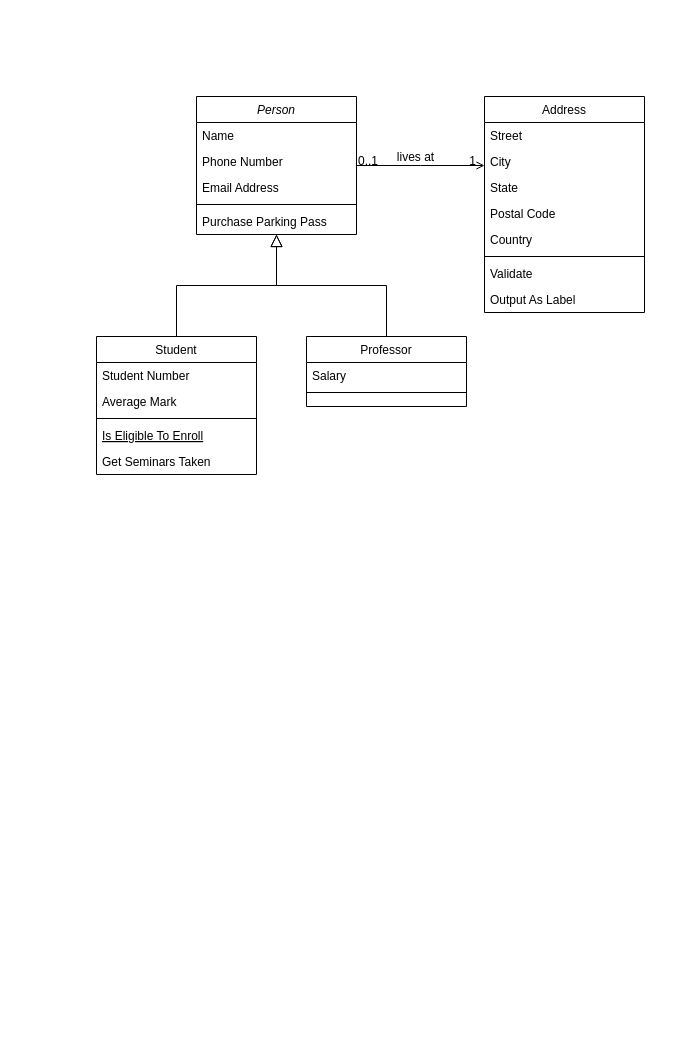
Before: diagram/e-commerce/Untitled Diagram.drawio in xianjun-li/resources, a draw.io diagram. Source tidied: cells renumbered, new cells numbered last; positions are measured from the earlier drawing's top-left corner, leaving out a move shared by most shapes. Both pictures are drawn from the tidied source at 100%, with x=0, y=0 at pixel (96, 96).
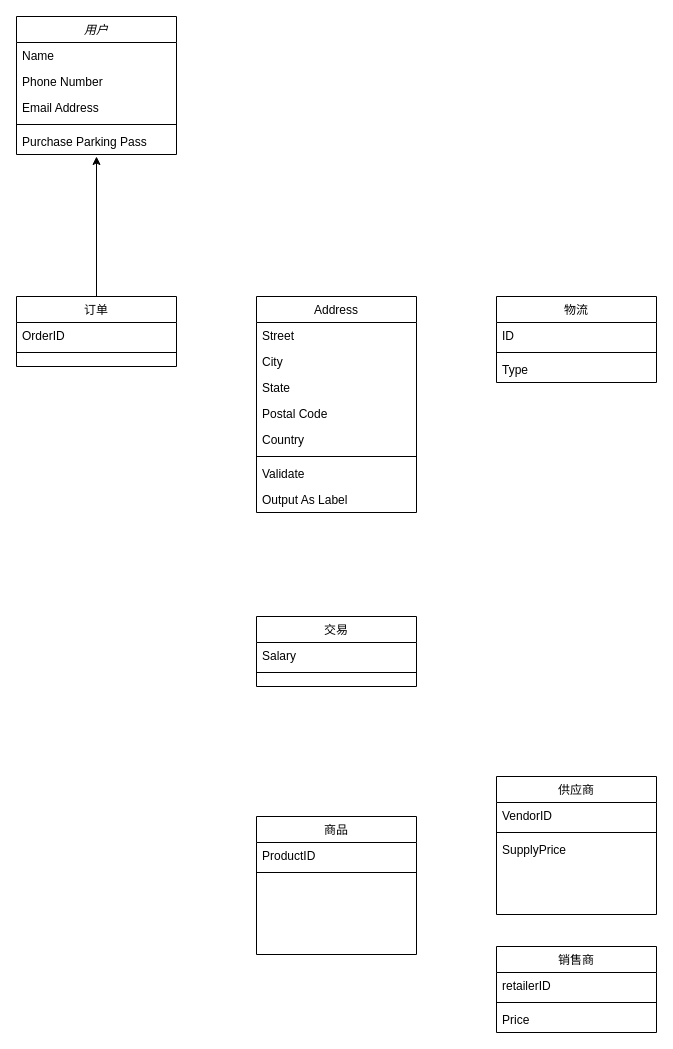
The same diagram, later.

Diff of the diagram source:
```diff
@@
-    <mxCell id="2" value="Person" style="swimlane;fontStyle=2;align=center;verticalAlign=top;horizontal=1;startSize=26;rounded=0;shadow=0;strokeWidth=1;" parent="1" vertex="1">
-      <mxGeometry x="100" width="160" height="138" as="geometry" />
+    <mxCell id="2" value="用户" style="swimlane;fontStyle=2;align=center;verticalAlign=top;horizontal=1;startSize=26;rounded=0;shadow=0;strokeWidth=1;" parent="1" vertex="1">
+      <mxGeometry x="-80" y="-80" width="160" height="138" as="geometry" />
     </mxCell>
@@
-    <mxCell id="8" value="Student" style="swimlane;fontStyle=0;align=center;verticalAlign=top;horizontal=1;startSize=26;rounded=0;shadow=0;strokeWidth=1;" parent="1" vertex="1">
-      <mxGeometry y="240" width="160" height="138" as="geometry" />
+    <mxCell id="8" value="商品" style="swimlane;fontStyle=0;align=center;verticalAlign=top;horizontal=1;startSize=26;rounded=0;shadow=0;strokeWidth=1;" parent="1" vertex="1">
+      <mxGeometry x="160" y="720" width="160" height="138" as="geometry" />
     </mxCell>
-    <mxCell id="9" value="Student Number" style="text;align=left;verticalAlign=top;spacingLeft=4;spacingRight=4;overflow=hidden;" parent="8" vertex="1">
+    <mxCell id="9" value="ProductID" style="text;align=left;verticalAlign=top;spacingLeft=4;spacingRight=4;overflow=hidden;" parent="8" vertex="1">
       <mxGeometry y="26" width="160" height="26" as="geometry" />
     </mxCell>
-    <mxCell id="10" value="Average Mark" style="text;align=left;verticalAlign=top;spacingLeft=4;spacingRight=4;overflow=hidden;rounded=0;shadow=0;html=0;" parent="8" vertex="1">
-      <mxGeometry y="52" width="160" height="26" as="geometry" />
-    </mxCell>
     <mxCell id="11" style="line;html=1;strokeWidth=1;align=left;verticalAlign=middle;spacingTop=-1;spacingLeft=3;spacingRight=3;labelPosition=right;" parent="8" vertex="1">
-      <mxGeometry y="78" width="160" height="8" as="geometry" />
+      <mxGeometry y="52" width="160" height="8" as="geometry" />
     </mxCell>
-    <mxCell id="12" value="Is Eligible To Enroll" style="text;align=left;verticalAlign=top;spacingLeft=4;spacingRight=4;overflow=hidden;fontStyle=4;" parent="8" vertex="1">
-      <mxGeometry y="86" width="160" height="26" as="geometry" />
-    </mxCell>
-    <mxCell id="13" value="Get Seminars Taken" style="text;align=left;verticalAlign=top;spacingLeft=4;spacingRight=4;overflow=hidden;" parent="8" vertex="1">
-      <mxGeometry y="112" width="160" height="26" as="geometry" />
-    </mxCell>
-    <mxCell id="14" style="endArrow=block;endSize=10;endFill=0;shadow=0;strokeWidth=1;rounded=0;edgeStyle=elbowEdgeStyle;elbow=vertical;" parent="1" edge="1" source="8" target="2">
-      <mxGeometry relative="1" as="geometry" />
-    </mxCell>
+    <mxCell id="32" style="edgeStyle=orthogonalEdgeStyle;rounded=0;jettySize=auto;html=1;exitX=0.5;exitY=0;exitDx=0;exitDy=0;" parent="1" edge="1" source="15">
+      <mxGeometry relative="1" as="geometry">
+        <mxPoint y="60" as="targetPoint" />
+      </mxGeometry>
+    </mxCell>
-    <mxCell id="15" value="Professor" style="swimlane;fontStyle=0;align=center;verticalAlign=top;horizontal=1;startSize=26;rounded=0;shadow=0;strokeWidth=1;" parent="1" vertex="1">
-      <mxGeometry x="210" y="240" width="160" height="70" as="geometry" />
+    <mxCell id="15" value="订单" style="swimlane;fontStyle=0;align=center;verticalAlign=top;horizontal=1;startSize=26;rounded=0;shadow=0;strokeWidth=1;" parent="1" vertex="1">
+      <mxGeometry x="-80" y="200" width="160" height="70" as="geometry" />
     </mxCell>
-    <mxCell id="16" value="Salary" style="text;align=left;verticalAlign=top;spacingLeft=4;spacingRight=4;overflow=hidden;" parent="15" vertex="1">
+    <mxCell id="16" value="OrderID" style="text;align=left;verticalAlign=top;spacingLeft=4;spacingRight=4;overflow=hidden;" parent="15" vertex="1">
       <mxGeometry y="26" width="160" height="26" as="geometry" />
     </mxCell>
@@
-    <mxCell id="18" style="endArrow=block;endSize=10;endFill=0;shadow=0;strokeWidth=1;rounded=0;edgeStyle=elbowEdgeStyle;elbow=vertical;" parent="1" edge="1" source="15" target="2">
-      <mxGeometry relative="1" as="geometry" />
-    </mxCell>
     <mxCell id="19" value="Address" style="swimlane;fontStyle=0;align=center;verticalAlign=top;horizontal=1;startSize=26;rounded=0;shadow=0;strokeWidth=1;" parent="1" vertex="1">
-      <mxGeometry x="388" width="160" height="216" as="geometry" />
+      <mxGeometry x="160" y="200" width="160" height="216" as="geometry" />
     </mxCell>
@@
-    <mxCell id="28" style="endArrow=open;shadow=0;strokeWidth=1;rounded=0;endFill=1;edgeStyle=elbowEdgeStyle;elbow=vertical;" parent="1" edge="1" source="2" target="19">
-      <mxGeometry x="0.5" y="41" relative="1" as="geometry">
-        <mxPoint x="-40" y="32" as="offset" />
-      </mxGeometry>
-    </mxCell>
-    <mxCell id="29" value="0..1" style="align=left;verticalAlign=bottom;labelBackgroundColor=none;fontSize=12;" parent="28" vertex="1">
-      <mxGeometry x="-1" relative="1" as="geometry">
-        <mxPoint y="4" as="offset" />
-      </mxGeometry>
-    </mxCell>
-    <mxCell id="30" value="1" style="align=right;verticalAlign=bottom;labelBackgroundColor=none;fontSize=12;" parent="28" vertex="1">
-      <mxGeometry x="1" relative="1" as="geometry">
-        <mxPoint x="-7" y="4" as="offset" />
-      </mxGeometry>
-    </mxCell>
-    <mxCell id="31" value="lives at" style="text;html=1;align=center;verticalAlign=middle;labelBackgroundColor=none;rounded=0;shadow=0;strokeWidth=1;fontSize=12;" parent="28" vertex="1">
-      <mxGeometry x="0.5" y="49" relative="1" as="geometry">
-        <mxPoint x="-38" y="40" as="offset" />
-      </mxGeometry>
-    </mxCell>
+    <mxCell id="33" value="销售商" style="swimlane;fontStyle=0;align=center;verticalAlign=top;horizontal=1;startSize=26;rounded=0;shadow=0;strokeWidth=1;" parent="1" vertex="1">
+      <mxGeometry x="400" y="850" width="160" height="86" as="geometry" />
+    </mxCell>
+    <mxCell id="34" value="retailerID" style="text;align=left;verticalAlign=top;spacingLeft=4;spacingRight=4;overflow=hidden;" parent="33" vertex="1">
+      <mxGeometry y="26" width="160" height="26" as="geometry" />
+    </mxCell>
+    <mxCell id="35" style="line;html=1;strokeWidth=1;align=left;verticalAlign=middle;spacingTop=-1;spacingLeft=3;spacingRight=3;labelPosition=right;" parent="33" vertex="1">
+      <mxGeometry y="52" width="160" height="8" as="geometry" />
+    </mxCell>
+    <mxCell id="36" value="Price" style="text;align=left;verticalAlign=top;spacingLeft=4;spacingRight=4;overflow=hidden;" parent="33" vertex="1">
+      <mxGeometry y="60" width="160" height="26" as="geometry" />
+    </mxCell>
+    <mxCell id="37" value="供应商" style="swimlane;fontStyle=0;align=center;verticalAlign=top;horizontal=1;startSize=26;rounded=0;shadow=0;strokeWidth=1;" parent="1" vertex="1">
+      <mxGeometry x="400" y="680" width="160" height="138" as="geometry" />
+    </mxCell>
+    <mxCell id="38" value="VendorID" style="text;align=left;verticalAlign=top;spacingLeft=4;spacingRight=4;overflow=hidden;" parent="37" vertex="1">
+      <mxGeometry y="26" width="160" height="26" as="geometry" />
+    </mxCell>
+    <mxCell id="39" style="line;html=1;strokeWidth=1;align=left;verticalAlign=middle;spacingTop=-1;spacingLeft=3;spacingRight=3;labelPosition=right;" parent="37" vertex="1">
+      <mxGeometry y="52" width="160" height="8" as="geometry" />
+    </mxCell>
+    <mxCell id="40" value="SupplyPrice" style="text;align=left;verticalAlign=top;spacingLeft=4;spacingRight=4;overflow=hidden;" parent="37" vertex="1">
+      <mxGeometry y="60" width="160" height="26" as="geometry" />
+    </mxCell>
+    <mxCell id="41" value="交易" style="swimlane;fontStyle=0;align=center;verticalAlign=top;horizontal=1;startSize=26;rounded=0;shadow=0;strokeWidth=1;" parent="1" vertex="1">
+      <mxGeometry x="160" y="520" width="160" height="70" as="geometry" />
+    </mxCell>
+    <mxCell id="42" value="Salary" style="text;align=left;verticalAlign=top;spacingLeft=4;spacingRight=4;overflow=hidden;" parent="41" vertex="1">
+      <mxGeometry y="26" width="160" height="26" as="geometry" />
+    </mxCell>
+    <mxCell id="43" style="line;html=1;strokeWidth=1;align=left;verticalAlign=middle;spacingTop=-1;spacingLeft=3;spacingRight=3;labelPosition=right;" parent="41" vertex="1">
+      <mxGeometry y="52" width="160" height="8" as="geometry" />
+    </mxCell>
+    <mxCell id="44" value="物流" style="swimlane;fontStyle=0;align=center;verticalAlign=top;horizontal=1;startSize=26;rounded=0;shadow=0;strokeWidth=1;" parent="1" vertex="1">
+      <mxGeometry x="400" y="200" width="160" height="86" as="geometry" />
+    </mxCell>
+    <mxCell id="45" value="ID" style="text;align=left;verticalAlign=top;spacingLeft=4;spacingRight=4;overflow=hidden;" parent="44" vertex="1">
+      <mxGeometry y="26" width="160" height="26" as="geometry" />
+    </mxCell>
+    <mxCell id="46" style="line;html=1;strokeWidth=1;align=left;verticalAlign=middle;spacingTop=-1;spacingLeft=3;spacingRight=3;labelPosition=right;" parent="44" vertex="1">
+      <mxGeometry y="52" width="160" height="8" as="geometry" />
+    </mxCell>
+    <mxCell id="47" value="Type" style="text;align=left;verticalAlign=top;spacingLeft=4;spacingRight=4;overflow=hidden;" parent="44" vertex="1">
+      <mxGeometry y="60" width="160" height="26" as="geometry" />
+    </mxCell>
```
